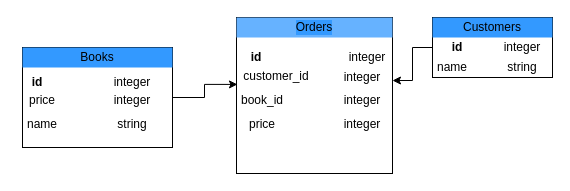
This is 1.drawio from hihijazi/phase-4-bookify-books, a draw.io file, before an edit. Source tidied: cells renumbered, new cells numbered last; positions are measured from the earlier drawing's top-left corner, leaving out a move shared by most shapes. Both pictures are drawn from the tidied source at 100%, with x=0, y=0 at pixel (17, 17).
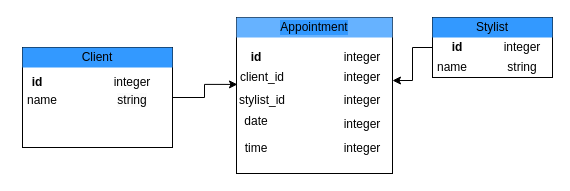
The same page after the edit.

Change to the diagram source:
```diff
@@
-    <mxCell id="8" value="Customers" style="text;html=1;strokeColor=none;fillColor=#3399FF;align=center;verticalAlign=middle;whiteSpace=wrap;rounded=0;labelBackgroundColor=#3399FF;labelBorderColor=none;" parent="1" vertex="1">
+    <mxCell id="8" value="Stylist" style="text;html=1;strokeColor=none;fillColor=#3399FF;align=center;verticalAlign=middle;whiteSpace=wrap;rounded=0;labelBackgroundColor=#3399FF;labelBorderColor=none;" parent="1" vertex="1">
       <mxGeometry x="415" width="120" height="20" as="geometry" />
     </mxCell>
-    <mxCell id="9" value="Books" style="text;html=1;strokeColor=none;fillColor=#3399FF;align=center;verticalAlign=middle;whiteSpace=wrap;rounded=0;labelBackgroundColor=#3399FF;" parent="1" vertex="1">
+    <mxCell id="9" value="Client" style="text;html=1;strokeColor=none;fillColor=#3399FF;align=center;verticalAlign=middle;whiteSpace=wrap;rounded=0;labelBackgroundColor=#3399FF;" parent="1" vertex="1">
       <mxGeometry x="5" y="30" width="150" height="20" as="geometry" />
     </mxCell>
-    <mxCell id="10" value="Orders" style="text;html=1;strokeColor=none;fillColor=#66B2FF;align=center;verticalAlign=middle;whiteSpace=wrap;rounded=0;labelBackgroundColor=#3399FF;" parent="1" vertex="1">
+    <mxCell id="10" value="Appointment" style="text;html=1;strokeColor=none;fillColor=#66B2FF;align=center;verticalAlign=middle;whiteSpace=wrap;rounded=0;labelBackgroundColor=#3399FF;" parent="1" vertex="1">
       <mxGeometry x="219" width="156" height="20" as="geometry" />
     </mxCell>
@@
     <mxCell id="15" value="integer" style="text;html=1;strokeColor=none;fillColor=none;align=center;verticalAlign=middle;whiteSpace=wrap;rounded=0;labelBackgroundColor=#FFFFFF;" parent="1" vertex="1">
-      <mxGeometry x="330" y="30" width="40" height="20" as="geometry" />
+      <mxGeometry x="325" y="30" width="40" height="20" as="geometry" />
     </mxCell>
@@
-    <mxCell id="19" value="customer_id" style="text;html=1;strokeColor=none;fillColor=none;align=center;verticalAlign=middle;whiteSpace=wrap;rounded=0;labelBackgroundColor=#FFFFFF;" parent="1" vertex="1">
-      <mxGeometry x="239" y="48.5" width="40" height="20" as="geometry" />
+    <mxCell id="19" value="client_id" style="text;html=1;strokeColor=none;fillColor=none;align=center;verticalAlign=middle;whiteSpace=wrap;rounded=0;labelBackgroundColor=#FFFFFF;" parent="1" vertex="1">
+      <mxGeometry x="225" y="50" width="40" height="20" as="geometry" />
     </mxCell>
@@
-    <mxCell id="21" value="price" style="text;html=1;strokeColor=none;fillColor=none;align=center;verticalAlign=middle;whiteSpace=wrap;rounded=0;labelBackgroundColor=#FFFFFF;" parent="1" vertex="1">
+    <mxCell id="21" value="name" style="text;html=1;strokeColor=none;fillColor=none;align=center;verticalAlign=middle;whiteSpace=wrap;rounded=0;labelBackgroundColor=#FFFFFF;" parent="1" vertex="1">
       <mxGeometry x="5" y="72.5" width="40" height="20" as="geometry" />
     </mxCell>
-    <mxCell id="22" value="integer&lt;br&gt;" style="text;html=1;strokeColor=none;fillColor=none;align=center;verticalAlign=middle;whiteSpace=wrap;rounded=0;labelBackgroundColor=#FFFFFF;" parent="1" vertex="1">
+    <mxCell id="22" value="&lt;span style=&quot;background-color: rgb(251, 251, 251);&quot;&gt;string&lt;/span&gt;" style="text;html=1;strokeColor=none;fillColor=none;align=center;verticalAlign=middle;whiteSpace=wrap;rounded=0;labelBackgroundColor=#FFFFFF;" parent="1" vertex="1">
       <mxGeometry x="95" y="72.5" width="40" height="20" as="geometry" />
     </mxCell>
-    <mxCell id="23" value="string" style="text;html=1;strokeColor=none;fillColor=none;align=center;verticalAlign=middle;whiteSpace=wrap;rounded=0;" parent="1" vertex="1">
-      <mxGeometry x="95" y="97" width="40" height="20" as="geometry" />
-    </mxCell>
-    <mxCell id="24" value="price" style="text;html=1;strokeColor=none;fillColor=none;align=center;verticalAlign=middle;whiteSpace=wrap;rounded=0;" parent="1" vertex="1">
-      <mxGeometry x="225" y="97" width="40" height="20" as="geometry" />
+    <mxCell id="24" value="date" style="text;html=1;strokeColor=none;fillColor=none;align=center;verticalAlign=middle;whiteSpace=wrap;rounded=0;" parent="1" vertex="1">
+      <mxGeometry x="219" y="90" width="40" height="27" as="geometry" />
     </mxCell>
@@
-    <mxCell id="26" value="name" style="text;html=1;strokeColor=none;fillColor=none;align=center;verticalAlign=middle;whiteSpace=wrap;rounded=0;" parent="1" vertex="1">
-      <mxGeometry x="5" y="97" width="40" height="20" as="geometry" />
-    </mxCell>
-    <mxCell id="27" value="book_id" style="text;html=1;strokeColor=none;fillColor=none;align=center;verticalAlign=middle;whiteSpace=wrap;rounded=0;" parent="1" vertex="1">
+    <mxCell id="27" value="stylist_id" style="text;html=1;strokeColor=none;fillColor=none;align=center;verticalAlign=middle;whiteSpace=wrap;rounded=0;" parent="1" vertex="1">
       <mxGeometry x="225" y="72.5" width="40" height="20" as="geometry" />
     </mxCell>
@@
+    <mxCell id="29" value="time" style="text;html=1;strokeColor=none;fillColor=none;align=center;verticalAlign=middle;whiteSpace=wrap;rounded=0;" parent="1" vertex="1">
+      <mxGeometry x="219" y="117" width="40" height="27" as="geometry" />
+    </mxCell>
+    <mxCell id="30" value="integer" style="text;html=1;strokeColor=none;fillColor=none;align=center;verticalAlign=middle;whiteSpace=wrap;rounded=0;" parent="1" vertex="1">
+      <mxGeometry x="325" y="120.5" width="40" height="20" as="geometry" />
+    </mxCell>
```
